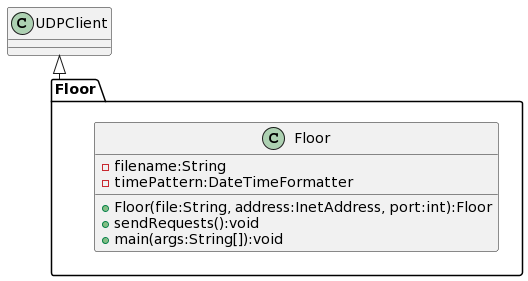
The PlantUML diagram docs/FloorSubsystemClassDiagram.png in kavvykav/SYSC3303-project, before a commit.
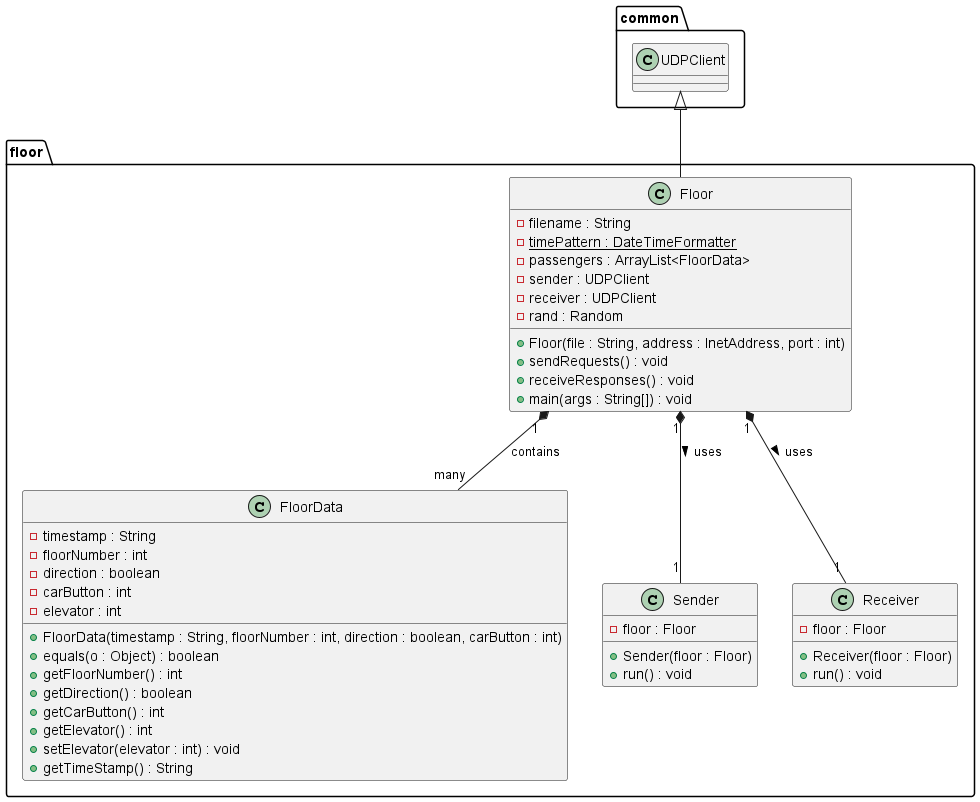
Later version of the same file.

What changed in the source:
```diff
@@ -1,14 +1,55 @@
 @startuml
-UDPClient <|-- Floor
-class UDPClient {
+package floor {
+    class Floor {
+        - filename : String
+        - timePattern : DateTimeFormatter {static}
+        - passengers : ArrayList<FloorData>
+        - sender : UDPClient
+        - receiver : UDPClient
+        - rand : Random
+        + Floor(file : String, address : InetAddress, port : int)
+        + sendRequests() : void
+        + receiveResponses() : void
+        + main(args : String[]) : void
+    }
+    class FloorData {
+        - timestamp : String
+        - floorNumber : int
+        - direction : boolean
+        - carButton : int
+        - elevator : int
+        + FloorData(timestamp : String, floorNumber : int, direction : boolean, carButton : int)
+        + equals(o : Object) : boolean
+        + getFloorNumber() : int
+        + getDirection() : boolean
+        + getCarButton() : int
+        + getElevator() : int
+        + setElevator(elevator : int) : void
+        + getTimeStamp() : String
+    }
+    class Sender {
+        - floor : Floor
+        + Sender(floor : Floor)
+        + run() : void
+    }
 
+    class Receiver {
+        - floor : Floor
+        + Receiver(floor : Floor)
+        + run() : void
+    }
 }
-package Floor {
-class Floor{
--filename:String
--timePattern:DateTimeFormatter
-+Floor(file:String, address:InetAddress, port:int):Floor
-+sendRequests():void
-+main(args:String[]):void
+
+package common {
+
+    class UDPClient {
+    }
 }
+
+
+
+UDPClient <|-- floor.Floor
+Floor "1" *-- "many" floor.FloorData : contains
+Floor "1" *-- "1" Sender : uses >
+Floor "1" *-- "1" Receiver : uses >
 @enduml
```
